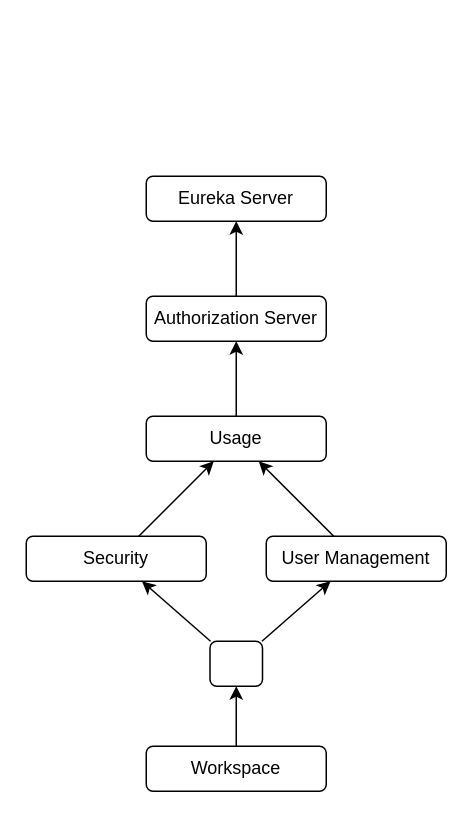
Above: docs/startup-order.drawio in fx89/acct (draw.io), before the change. Source tidied: cells renumbered, new cells numbered last; positions are measured from the earlier drawing's top-left corner, leaving out a move shared by most shapes. Both pictures are drawn from the tidied source at 150%, with x=0, y=0 at pixel (26, 176).
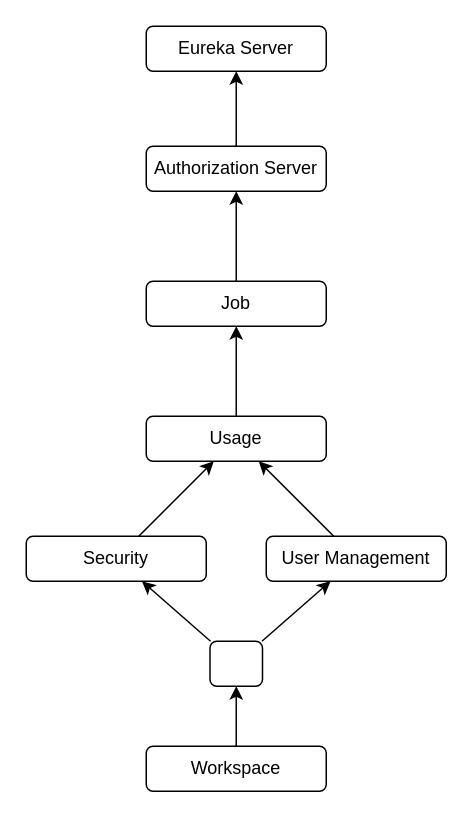
Above is the later version.

The edit, as a diff of the source:
```diff
@@
 <mxGraphModel>
   <root>
     <mxCell id="0" />
     <mxCell id="1" parent="0" />
     <mxCell id="2" value="Eureka Server" style="rounded=1;whiteSpace=wrap;html=1;" parent="1" vertex="1">
-      <mxGeometry x="80" width="120" height="30" as="geometry" />
+      <mxGeometry x="80" y="-100" width="120" height="30" as="geometry" />
     </mxCell>
     <mxCell id="3" value="Authorization Server" style="rounded=1;whiteSpace=wrap;html=1;" parent="1" vertex="1">
-      <mxGeometry x="80" y="80" width="120" height="30" as="geometry" />
+      <mxGeometry x="80" y="-20" width="120" height="30" as="geometry" />
     </mxCell>
     <mxCell id="4" value="Usage" style="rounded=1;whiteSpace=wrap;html=1;" parent="1" vertex="1">
       <mxGeometry x="80" y="160" width="120" height="30" as="geometry" />
     </mxCell>
     <mxCell id="5" value="Security" style="rounded=1;whiteSpace=wrap;html=1;" parent="1" vertex="1">
       <mxGeometry y="240" width="120" height="30" as="geometry" />
     </mxCell>
     <mxCell id="6" value="User Management" style="rounded=1;whiteSpace=wrap;html=1;" parent="1" vertex="1">
       <mxGeometry x="160" y="240" width="120" height="30" as="geometry" />
     </mxCell>
     <mxCell id="7" style="endArrow=classic;html=1;rounded=0;" parent="1" edge="1" source="5" target="4">
       <mxGeometry relative="1" as="geometry" />
     </mxCell>
     <mxCell id="8" style="endArrow=classic;html=1;rounded=0;" parent="1" edge="1" source="6" target="4">
       <mxGeometry relative="1" as="geometry" />
     </mxCell>
-    <mxCell id="9" style="endArrow=classic;html=1;rounded=0;" parent="1" edge="1" source="4" target="3">
+    <mxCell id="9" style="endArrow=classic;html=1;rounded=0;" parent="1" edge="1" source="4" target="17">
       <mxGeometry relative="1" as="geometry" />
     </mxCell>
     <mxCell id="10" style="endArrow=classic;html=1;rounded=0;" parent="1" edge="1" source="3" target="2">
       <mxGeometry relative="1" as="geometry" />
     </mxCell>
     <mxCell id="11" value="Workspace" style="rounded=1;whiteSpace=wrap;html=1;" parent="1" vertex="1">
       <mxGeometry x="80" y="380" width="120" height="30" as="geometry" />
     </mxCell>
     <mxCell id="12" style="endArrow=classic;html=1;rounded=0;" parent="1" edge="1" source="13" target="5">
       <mxGeometry relative="1" as="geometry" />
     </mxCell>
     <mxCell id="13" style="rounded=1;whiteSpace=wrap;html=1;" parent="1" vertex="1">
       <mxGeometry x="122.5" y="310" width="35" height="30" as="geometry" />
     </mxCell>
     <mxCell id="14" style="endArrow=classic;html=1;rounded=0;" parent="1" edge="1" source="13" target="6">
       <mxGeometry relative="1" as="geometry" />
     </mxCell>
     <mxCell id="15" style="endArrow=classic;html=1;rounded=0;" parent="1" edge="1" source="11" target="13">
       <mxGeometry relative="1" as="geometry" />
     </mxCell>
+    <mxCell id="16" style="edgeStyle=orthogonalEdgeStyle;rounded=0;jettySize=auto;html=1;" parent="1" edge="1" source="17" target="3">
+      <mxGeometry relative="1" as="geometry" />
+    </mxCell>
+    <mxCell id="17" value="Job" style="rounded=1;whiteSpace=wrap;html=1;" parent="1" vertex="1">
+      <mxGeometry x="80" y="70" width="120" height="30" as="geometry" />
+    </mxCell>
   </root>
 </mxGraphModel>
```
